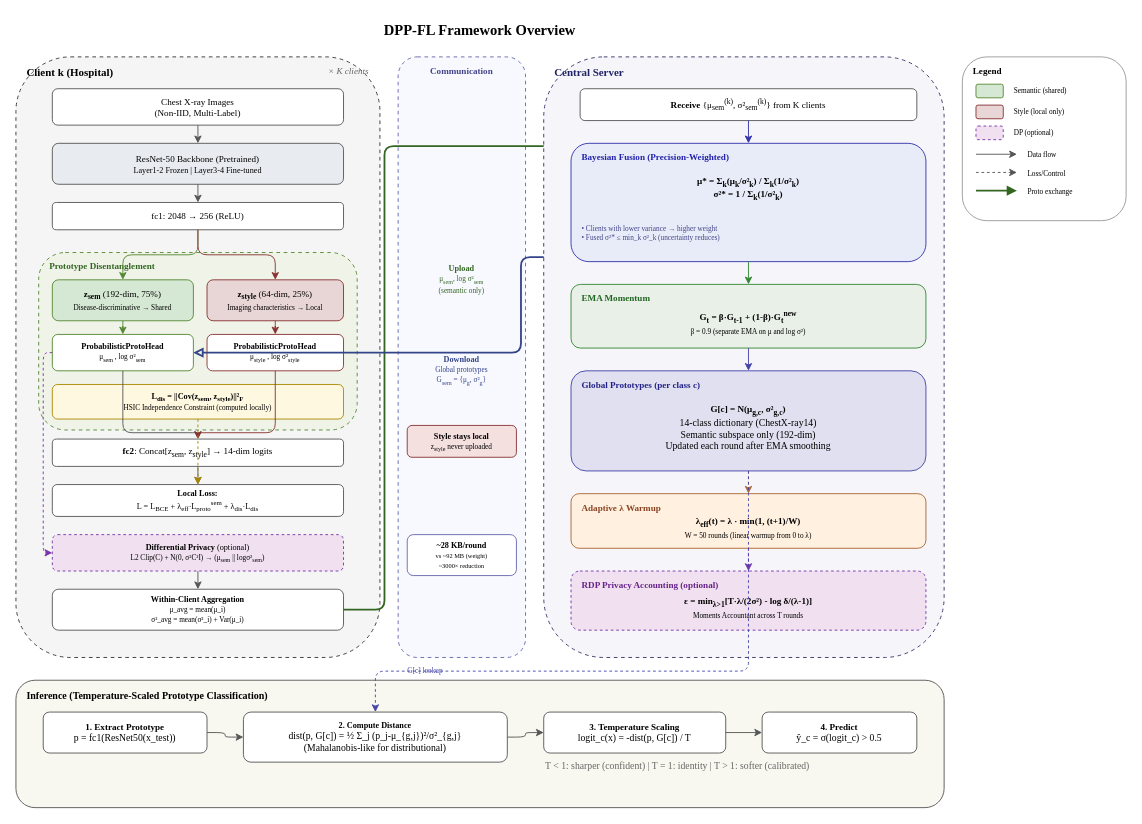
Running-Spinach/FedCoP keeps this draw.io diagram as figures/DPP-FL_architecture.drawio. Above is the earlier version. Source tidied: cells renumbered, new cells numbered last; positions are measured from the earlier drawing's top-left corner, leaving out a move shared by most shapes. Both pictures are drawn from the tidied source at 91%, with x=0, y=0 at pixel (15, 15).
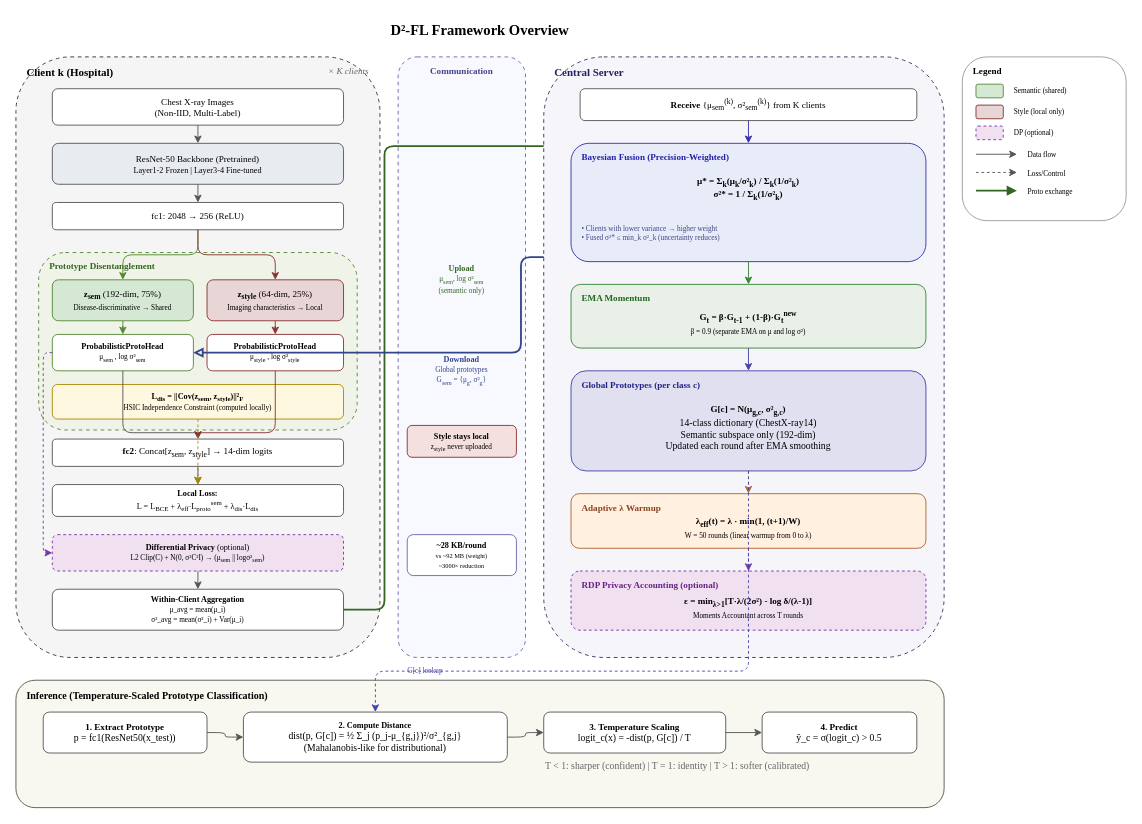
After the change.

The edit, as a diff of the source:
```diff
@@
-    <mxCell id="2" value="DPP-FL Framework Overview" style="text;html=1;strokeColor=none;fillColor=none;align=center;verticalAlign=middle;whiteSpace=wrap;fontSize=16;fontStyle=1;fontFamily=Times New Roman;" parent="1" vertex="1">
+    <mxCell id="2" value="D²-FL Framework Overview" style="text;html=1;strokeColor=none;fillColor=none;align=center;verticalAlign=middle;whiteSpace=wrap;fontSize=16;fontStyle=1;fontFamily=Times New Roman;" parent="1" vertex="1">
       <mxGeometry x="260" width="500" height="30" as="geometry" />
     </mxCell>
```
